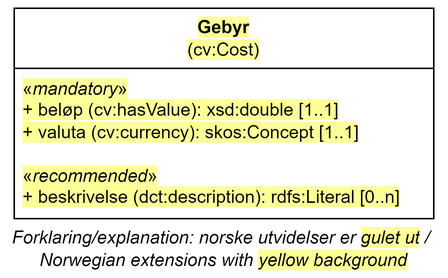
The draw.io diagram docs/images/Klassen-Gebyr.png in Informasjonsforvaltning/dcat-ap-no, before a commit. Source tidied: cells renumbered, new cells last; positions are measured from the earlier drawing's top-left corner, leaving out a move shared by most shapes.
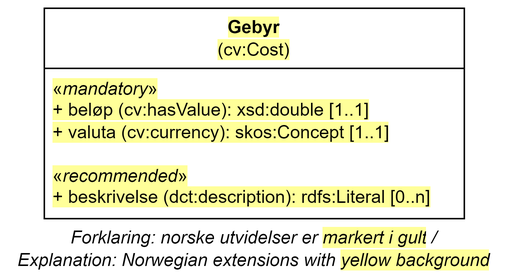
The same diagram one commit later.

Diff of the diagram source:
```diff
@@ -8,8 +8,8 @@
     <mxCell id="3" value="&lt;span style=&quot;background-color: rgb(255, 255, 153);&quot;&gt;«&lt;i&gt;mandatory&lt;/i&gt;»&lt;/span&gt;&lt;div&gt;&lt;span style=&quot;background-color: rgb(255, 255, 153);&quot;&gt;+&amp;nbsp;beløp (cv:hasValue): xsd:double&amp;nbsp;[1..1]&lt;/span&gt;&lt;span style=&quot;background-color: rgb(255, 255, 153);&quot;&gt;&lt;br&gt;&lt;/span&gt;&lt;/div&gt;&lt;div&gt;&lt;span style=&quot;background-color: rgb(255, 255, 153);&quot;&gt;+&amp;nbsp;valuta (cv:currency): skos:Concept&amp;nbsp;[1..1]&lt;/span&gt;&lt;span style=&quot;background-color: rgb(255, 255, 153);&quot;&gt;&lt;br&gt;&lt;/span&gt;&lt;/div&gt;&lt;div&gt;&lt;span style=&quot;background-color: rgb(255, 255, 153);&quot;&gt;&lt;br&gt;&lt;/span&gt;&lt;/div&gt;&lt;div&gt;&lt;span style=&quot;background-color: rgb(255, 255, 153);&quot;&gt;«&lt;i style=&quot;&quot;&gt;recommended&lt;/i&gt;»&lt;/span&gt;&lt;div&gt;&lt;span style=&quot;background-color: rgb(255, 255, 153);&quot;&gt;+&amp;nbsp;beskrivelse (dct:description): rdfs:Literal [0..n]&lt;/span&gt;&lt;/div&gt;&lt;/div&gt;" style="text;strokeColor=none;fillColor=none;align=left;verticalAlign=top;spacingLeft=4;spacingRight=4;overflow=hidden;whiteSpace=wrap;html=1;" parent="2" vertex="1">
       <mxGeometry y="40" width="280" height="100" as="geometry" />
     </mxCell>
-    <mxCell id="4" value="Forklaring/explanation: norske utvidelser er&amp;nbsp;&lt;span style=&quot;background-color: rgb(255, 255, 153);&quot;&gt;gulet ut&lt;/span&gt;&lt;span style=&quot;background-color: rgb(255 , 255 , 255)&quot;&gt;&amp;nbsp;/&amp;nbsp;&lt;/span&gt;&lt;div&gt;&lt;span style=&quot;background-color: rgb(255 , 255 , 255)&quot;&gt;Norwegian extensions with &lt;/span&gt;&lt;span style=&quot;background-color: rgb(255, 255, 153);&quot;&gt;yellow background&lt;/span&gt;&lt;/div&gt;" style="text;html=1;strokeColor=none;fillColor=none;align=center;verticalAlign=middle;whiteSpace=wrap;rounded=0;fontStyle=2;" parent="1" vertex="1">
-      <mxGeometry x="-0.1" y="150" width="288.2" height="20" as="geometry" />
-    </mxCell>
+    <mxCell id="5" value="Forklaring: norske utvidelser er&amp;nbsp;&lt;span style=&quot;background-color: rgb(255, 255, 153);&quot;&gt;markert i gult&lt;/span&gt;&lt;span style=&quot;background-color: rgb(255 , 255 , 255)&quot;&gt;&amp;nbsp;/ &lt;br&gt;&lt;/span&gt;Explanation:&amp;nbsp;&lt;span style=&quot;background-color: rgb(255 , 255 , 255)&quot;&gt;Norwegian extensions with &lt;/span&gt;&lt;span style=&quot;background-color: rgb(255, 255, 153);&quot;&gt;yellow background&lt;/span&gt;" style="text;html=1;strokeColor=none;fillColor=none;align=center;verticalAlign=middle;whiteSpace=wrap;rounded=0;fontStyle=2;" parent="1" vertex="1">
+      <mxGeometry x="-20.9" y="150" width="330" height="20" as="geometry" />
+    </mxCell>
   </root>
 </mxGraphModel>
```
